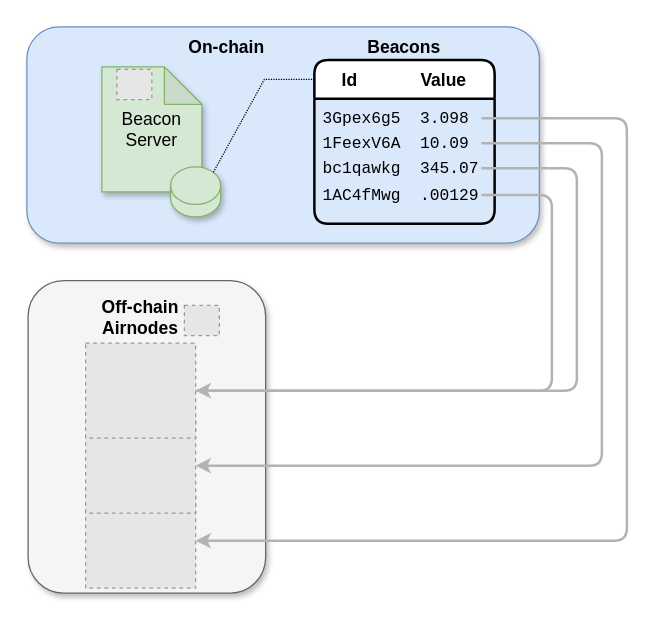
The draw.io diagram docs/beacon/v0.1/assets/diagrams/beacon-airnode.drawio in api3dao/old-api3-docs, before the edit. Source tidied: cells renumbered, new cells numbered last; positions are measured from the earlier drawing's top-left corner, leaving out a move shared by most shapes. Both pictures are drawn from the tidied source at 125%, with x=0, y=0 at pixel (26, 26). Pictures stored in the file or linked from it are replaced by grey dashed boxes.
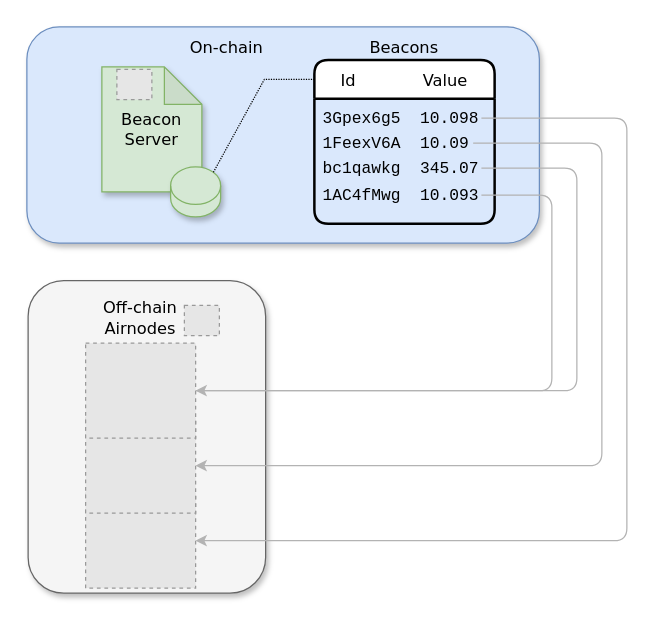
After the change.

Commit message (it also covers changes not shown here):
Some cosmetic changes to diagrams.

Unchanged cells that the change refers to:
```xml
<mxCell id="12" style="fillColor=#E6E6E6;strokeColor=#999999;dashed=1;verticalLabelPosition=bottom;labelBackgroundColor=#ffffff;verticalAlign=top;" parent="1" vertex="1">
  <mxGeometry x="47" y="373" width="88" height="76" as="geometry" />
</mxCell>
<mxCell id="13" style="fillColor=#E6E6E6;strokeColor=#999999;dashed=1;verticalLabelPosition=bottom;labelBackgroundColor=#ffffff;verticalAlign=top;" parent="1" vertex="1">
  <mxGeometry x="47" y="313" width="88" height="76" as="geometry" />
</mxCell>
<mxCell id="14" style="fillColor=#E6E6E6;strokeColor=#999999;dashed=1;verticalLabelPosition=bottom;labelBackgroundColor=#ffffff;verticalAlign=top;" parent="1" vertex="1">
  <mxGeometry x="47" y="253" width="88" height="76" as="geometry" />
</mxCell>
<mxCell id="18" value="&lt;span style=&quot;font-size: 13px;&quot;&gt;1FeexV6A&amp;nbsp; 10.09&lt;/span&gt;" style="text;html=1;strokeColor=none;fillColor=none;align=left;verticalAlign=middle;whiteSpace=wrap;rounded=0;fontFamily=Courier New;" parent="1" vertex="1">
  <mxGeometry x="234.6" y="83" width="129" height="20" as="geometry" />
</mxCell>
<mxCell id="20" value="&lt;span style=&quot;font-size: 13px;&quot;&gt;bc1qawkg&amp;nbsp; 345.07&lt;/span&gt;" style="text;html=1;strokeColor=none;fillColor=none;align=left;verticalAlign=middle;whiteSpace=wrap;rounded=0;fontFamily=Courier New;" parent="1" vertex="1">
  <mxGeometry x="234.6" y="103" width="129" height="20" as="geometry" />
</mxCell>
```

The edit, as a diff of the source:
```diff
@@
-    <mxCell id="3" value="&lt;font style=&quot;font-size: 14px&quot;&gt;Beacon&lt;br&gt;Server&lt;br&gt;&lt;/font&gt;" style="shape=note;whiteSpace=wrap;html=1;backgroundOutline=1;darkOpacity=0.05;shadow=1;fillColor=#d5e8d4;strokeColor=#82b366;" parent="1" vertex="1">
+    <mxCell id="3" value="&lt;font style=&quot;font-size: 13px&quot;&gt;&lt;font face=&quot;Verdana&quot; style=&quot;font-size: 13px&quot;&gt;Beacon&lt;br&gt;Server&lt;/font&gt;&lt;br&gt;&lt;/font&gt;" style="shape=note;whiteSpace=wrap;html=1;backgroundOutline=1;darkOpacity=0.05;shadow=1;fillColor=#d5e8d4;strokeColor=#82b366;" parent="1" vertex="1">
       <mxGeometry x="60" y="32" width="80" height="100" as="geometry" />
     </mxCell>
@@
-    <mxCell id="6" value="&lt;b&gt;Off-chain Airnodes&lt;/b&gt;" style="text;html=1;strokeColor=none;fillColor=none;align=center;verticalAlign=middle;whiteSpace=wrap;rounded=0;shadow=1;fontSize=14;" parent="1" vertex="1">
+    <mxCell id="6" value="&lt;font face=&quot;Verdana&quot; style=&quot;font-size: 13px&quot;&gt;Off-chain Airnodes&lt;/font&gt;" style="text;html=1;strokeColor=none;fillColor=none;align=center;verticalAlign=middle;whiteSpace=wrap;rounded=0;shadow=1;fontSize=14;" parent="1" vertex="1">
       <mxGeometry x="41" y="217" width="100" height="30" as="geometry" />
     </mxCell>
-    <mxCell id="7" value="&lt;b&gt;On-chain&lt;/b&gt;" style="text;html=1;strokeColor=none;fillColor=none;align=center;verticalAlign=middle;whiteSpace=wrap;rounded=0;shadow=1;fontSize=14;" parent="1" vertex="1">
+    <mxCell id="7" value="&lt;font face=&quot;Verdana&quot; style=&quot;font-size: 13px&quot;&gt;On-chain&lt;/font&gt;" style="text;html=1;strokeColor=none;fillColor=none;align=center;verticalAlign=middle;whiteSpace=wrap;rounded=0;shadow=1;fontSize=14;" parent="1" vertex="1">
       <mxGeometry x="110" y="1" width="100" height="30" as="geometry" />
     </mxCell>
@@
-    <mxCell id="9" value="Id             Value" style="swimlane;horizontal=1;startSize=31;rounded=1;fontSize=14;fontStyle=1;strokeWidth=2;shadow=0;dashed=0;align=center;arcSize=12;" parent="1" vertex="1">
+    <mxCell id="9" value="Id             Value" style="swimlane;horizontal=1;startSize=31;rounded=1;fontSize=13;fontStyle=0;strokeWidth=2;shadow=0;dashed=0;align=center;arcSize=12;fontFamily=Verdana;" parent="1" vertex="1">
       <mxGeometry x="230" y="26.5" width="144.2" height="131" as="geometry" />
     </mxCell>
-    <mxCell id="10" value="&lt;b&gt;Beacons&lt;/b&gt;" style="text;html=1;strokeColor=none;fillColor=none;align=center;verticalAlign=middle;whiteSpace=wrap;rounded=0;shadow=1;fontSize=14;" parent="1" vertex="1">
+    <mxCell id="10" value="&lt;font face=&quot;Verdana&quot; style=&quot;font-size: 13px&quot;&gt;Beacons&lt;/font&gt;" style="text;html=1;strokeColor=none;fillColor=none;align=center;verticalAlign=middle;whiteSpace=wrap;rounded=0;shadow=1;fontSize=14;" parent="1" vertex="1">
       <mxGeometry x="252.1" y="1" width="100" height="30" as="geometry" />
     </mxCell>
@@
-    <mxCell id="15" style="edgeStyle=orthogonalEdgeStyle;rounded=1;jettySize=auto;html=1;entryX=1;entryY=0.5;entryDx=0;entryDy=0;fontFamily=Courier New;endArrow=classic;endFill=1;strokeWidth=2;strokeColor=#B3B3B3;" parent="1" edge="1" source="16" target="12">
+    <mxCell id="15" style="edgeStyle=orthogonalEdgeStyle;rounded=1;jettySize=auto;html=1;entryX=1;entryY=0.5;entryDx=0;entryDy=0;fontFamily=Courier New;endArrow=classic;endFill=1;strokeWidth=1;strokeColor=#B3B3B3;" parent="1" edge="1" source="16" target="12">
       <mxGeometry relative="1" as="geometry">
         <Array as="points">
           <mxPoint x="480" y="73" />
           <mxPoint x="480" y="411" />
         </Array>
       </mxGeometry>
     </mxCell>
-    <mxCell id="16" value="&lt;span style=&quot;font-size: 13px&quot;&gt;3Gpex6g5&amp;nbsp; 3.098&lt;/span&gt;" style="text;html=1;strokeColor=none;fillColor=none;align=left;verticalAlign=middle;whiteSpace=wrap;rounded=0;fontFamily=Courier New;" parent="1" vertex="1">
+    <mxCell id="16" value="&lt;span style=&quot;font-size: 13px&quot;&gt;3Gpex6g5&amp;nbsp; 10.098&lt;/span&gt;" style="text;html=1;strokeColor=none;fillColor=none;align=left;verticalAlign=middle;whiteSpace=wrap;rounded=0;fontFamily=Courier New;" parent="1" vertex="1">
       <mxGeometry x="234.6" y="63" width="129" height="20" as="geometry" />
     </mxCell>
-    <mxCell id="17" style="edgeStyle=orthogonalEdgeStyle;rounded=1;jettySize=auto;html=1;entryX=1;entryY=0.5;entryDx=0;entryDy=0;fontFamily=Courier New;endArrow=classic;endFill=1;strokeColor=#B3B3B3;strokeWidth=2;" parent="1" edge="1" source="18" target="13">
-      <mxGeometry relative="1" as="geometry">
-        <Array as="points">
-          <mxPoint x="460" y="93" />
-          <mxPoint x="460" y="351" />
-        </Array>
-      </mxGeometry>
-    </mxCell>
@@
-    <mxCell id="19" style="edgeStyle=orthogonalEdgeStyle;rounded=1;jettySize=auto;html=1;entryX=1;entryY=0.5;entryDx=0;entryDy=0;fontFamily=Courier New;endArrow=none;endFill=0;strokeWidth=2;strokeColor=#B3B3B3;" parent="1" edge="1" source="20" target="14">
+    <mxCell id="19" style="edgeStyle=orthogonalEdgeStyle;rounded=1;jettySize=auto;html=1;entryX=1;entryY=0.5;entryDx=0;entryDy=0;fontFamily=Courier New;endArrow=none;endFill=0;strokeWidth=1;strokeColor=#B3B3B3;" parent="1" edge="1" source="20" target="14">
       <mxGeometry relative="1" as="geometry">
         <Array as="points">
           <mxPoint x="440" y="113" />
           <mxPoint x="440" y="291" />
         </Array>
       </mxGeometry>
     </mxCell>
@@
-    <mxCell id="21" style="edgeStyle=orthogonalEdgeStyle;rounded=1;jettySize=auto;html=1;entryX=1;entryY=0.5;entryDx=0;entryDy=0;fontFamily=Courier New;endArrow=classic;endFill=1;strokeColor=#B3B3B3;strokeWidth=2;" parent="1" edge="1" source="22" target="14">
+    <mxCell id="21" style="edgeStyle=orthogonalEdgeStyle;rounded=1;jettySize=auto;html=1;entryX=1;entryY=0.5;entryDx=0;entryDy=0;fontFamily=Courier New;endArrow=classic;endFill=1;strokeColor=#B3B3B3;strokeWidth=1;" parent="1" edge="1" source="22" target="14">
       <mxGeometry relative="1" as="geometry">
         <Array as="points">
           <mxPoint x="420" y="135" />
           <mxPoint x="420" y="291" />
         </Array>
       </mxGeometry>
     </mxCell>
-    <mxCell id="22" value="&lt;span style=&quot;font-size: 13px;&quot;&gt;1AC4fMwg&amp;nbsp; .00129&lt;/span&gt;" style="text;html=1;strokeColor=none;fillColor=none;align=left;verticalAlign=middle;whiteSpace=wrap;rounded=0;fontFamily=Courier New;" parent="1" vertex="1">
+    <mxCell id="22" value="&lt;span style=&quot;font-size: 13px&quot;&gt;1AC4fMwg&amp;nbsp; 10.093&lt;/span&gt;" style="text;html=1;strokeColor=none;fillColor=none;align=left;verticalAlign=middle;whiteSpace=wrap;rounded=0;fontFamily=Courier New;" parent="1" vertex="1">
       <mxGeometry x="234.6" y="123" width="129" height="23" as="geometry" />
     </mxCell>
@@
+    <mxCell id="24" style="edgeStyle=orthogonalEdgeStyle;rounded=1;jettySize=auto;html=1;entryX=1;entryY=0.5;entryDx=0;entryDy=0;fontFamily=Courier New;endArrow=classic;endFill=1;strokeColor=#B3B3B3;strokeWidth=1;" parent="1" edge="1" target="13">
+      <mxGeometry relative="1" as="geometry">
+        <mxPoint x="357" y="93" as="sourcePoint" />
+        <Array as="points">
+          <mxPoint x="460" y="93" />
+          <mxPoint x="460" y="351" />
+        </Array>
+      </mxGeometry>
+    </mxCell>
```
